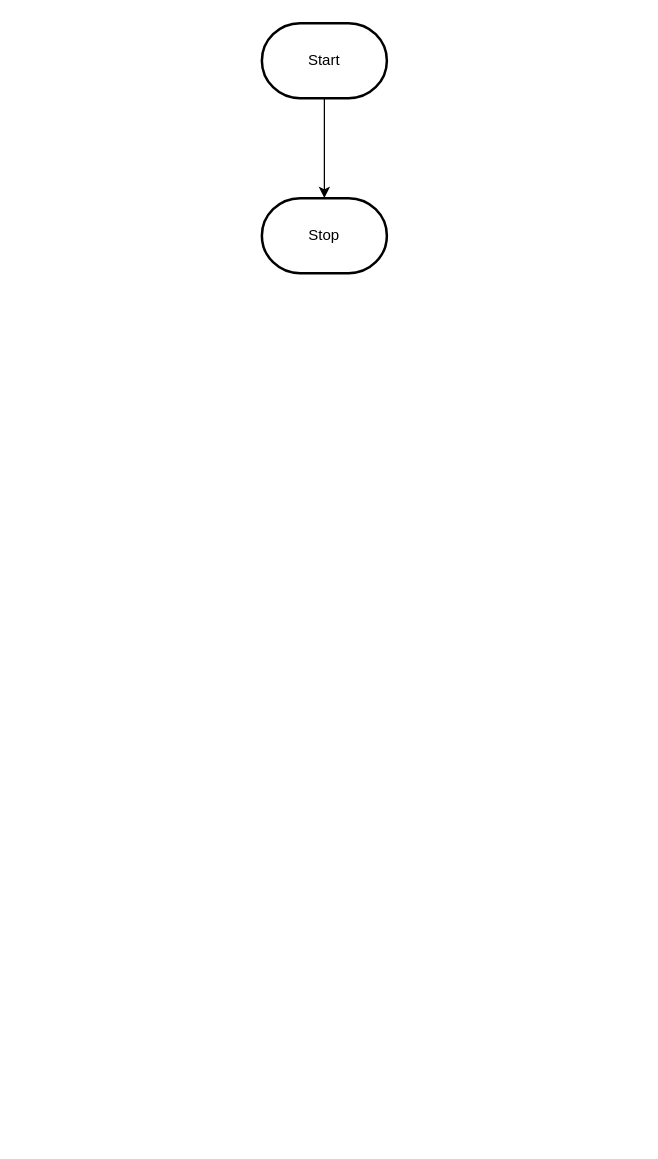
The draw.io diagram design/flowchart.drawio in MTHS-TEJ2O-1-2023/TEJ2O-Unit-2-10-Julianne-Leblanc-Peltier, before the edit. Source tidied: cells renumbered, new cells numbered last; positions are measured from the earlier drawing's top-left corner, leaving out a move shared by most shapes. Both pictures are drawn from the tidied source at 125%, with x=0, y=0 at pixel (261, 22).
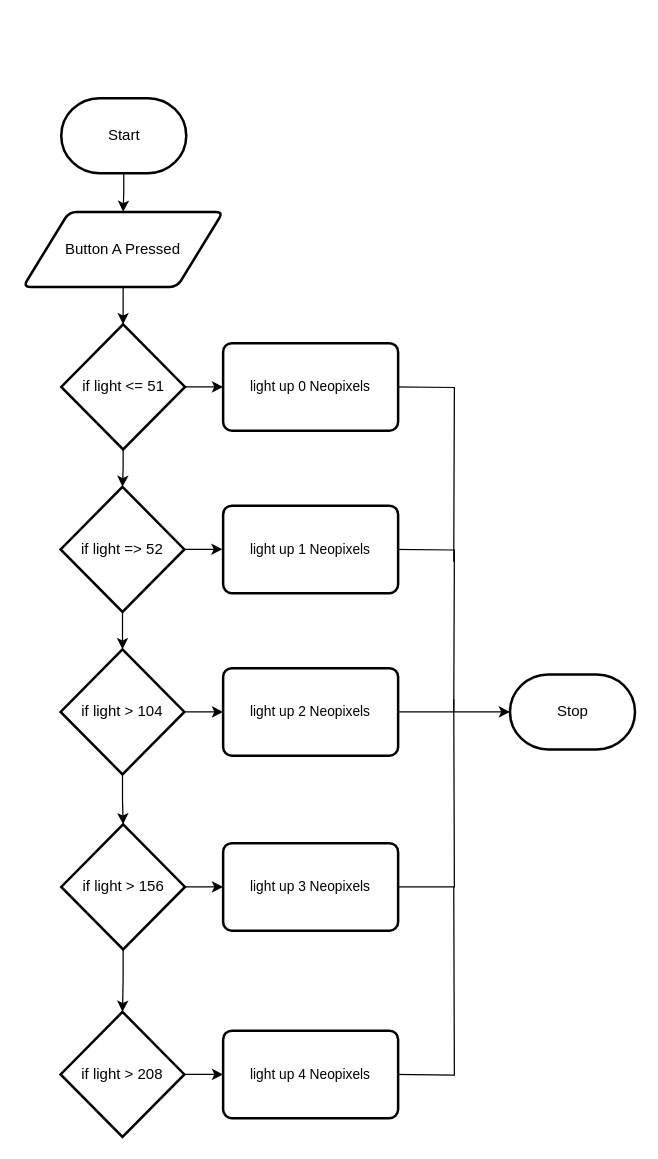
After the change.

Commit message (it also covers changes not shown here):
flowchart + diagram

The edit, as a diff of the source:
```diff
@@
-    <mxCell id="2" style="edgeStyle=orthogonalEdgeStyle;html=1;rounded=0;" parent="1" edge="1" source="3" target="4">
-      <mxGeometry relative="1" as="geometry" />
-    </mxCell>
+    <mxCell id="5" style="edgeStyle=orthogonalEdgeStyle;shape=connector;rounded=0;html=1;exitX=0.5;exitY=1;exitDx=0;exitDy=0;exitPerimeter=0;entryX=0.5;entryY=0;entryDx=0;entryDy=0;labelBackgroundColor=default;strokeColor=default;fontFamily=Helvetica;fontSize=11;fontColor=default;startArrow=none;endArrow=classic;endFill=1;" parent="1" edge="1" source="3" target="10">
+      <mxGeometry relative="1" as="geometry" />
+    </mxCell>
     <mxCell id="3" value="Start" style="strokeWidth=2;html=1;shape=mxgraph.flowchart.terminator;whiteSpace=wrap;" parent="1" vertex="1">
-      <mxGeometry width="100" height="60" as="geometry" />
+      <mxGeometry x="-160.5" y="60" width="100" height="60" as="geometry" />
     </mxCell>
+    <mxCell id="6" style="edgeStyle=orthogonalEdgeStyle;html=1;rounded=0;endArrow=classic;startArrow=none;endFill=1;" parent="1" edge="1" source="10" target="9">
+      <mxGeometry relative="1" as="geometry" />
+    </mxCell>
+    <mxCell id="7" style="edgeStyle=orthogonalEdgeStyle;shape=connector;rounded=0;html=1;exitX=0.5;exitY=1;exitDx=0;exitDy=0;exitPerimeter=0;entryX=0.5;entryY=0;entryDx=0;entryDy=0;entryPerimeter=0;labelBackgroundColor=default;strokeColor=default;fontFamily=Helvetica;fontSize=11;fontColor=default;startArrow=none;endArrow=classic;endFill=1;" parent="1" edge="1" source="9" target="13">
+      <mxGeometry relative="1" as="geometry" />
+    </mxCell>
+    <mxCell id="8" style="edgeStyle=orthogonalEdgeStyle;shape=connector;rounded=0;html=1;exitX=1;exitY=0.5;exitDx=0;exitDy=0;exitPerimeter=0;entryX=0;entryY=0.5;entryDx=0;entryDy=0;labelBackgroundColor=default;strokeColor=default;fontFamily=Helvetica;fontSize=11;fontColor=default;startArrow=none;endArrow=classic;endFill=1;" parent="1" edge="1" source="9" target="21">
+      <mxGeometry relative="1" as="geometry" />
+    </mxCell>
+    <mxCell id="9" value="if light &amp;lt;= 51" style="strokeWidth=2;html=1;shape=mxgraph.flowchart.decision;whiteSpace=wrap;" parent="1" vertex="1">
+      <mxGeometry x="-160.5" y="241" width="99" height="100" as="geometry" />
+    </mxCell>
+    <mxCell id="10" value="Button A Pressed" style="shape=parallelogram;html=1;strokeWidth=2;perimeter=parallelogramPerimeter;whiteSpace=wrap;rounded=1;arcSize=12;size=0.23;" parent="1" vertex="1">
+      <mxGeometry x="-191" y="151" width="160" height="60" as="geometry" />
+    </mxCell>
+    <mxCell id="11" style="edgeStyle=orthogonalEdgeStyle;shape=connector;rounded=0;html=1;exitX=0.5;exitY=1;exitDx=0;exitDy=0;exitPerimeter=0;labelBackgroundColor=default;strokeColor=default;fontFamily=Helvetica;fontSize=11;fontColor=default;startArrow=none;endArrow=classic;endFill=1;" parent="1" edge="1" source="13" target="15">
+      <mxGeometry relative="1" as="geometry" />
+    </mxCell>
+    <mxCell id="12" style="edgeStyle=orthogonalEdgeStyle;shape=connector;rounded=0;html=1;exitX=1;exitY=0.5;exitDx=0;exitDy=0;exitPerimeter=0;labelBackgroundColor=default;strokeColor=default;fontFamily=Helvetica;fontSize=11;fontColor=default;startArrow=none;endArrow=classic;endFill=1;" parent="1" edge="1" source="13">
+      <mxGeometry relative="1" as="geometry">
+        <mxPoint x="-31.5" y="420.9" as="targetPoint" />
+      </mxGeometry>
+    </mxCell>
+    <mxCell id="13" value="if light =&amp;gt; 52" style="strokeWidth=2;html=1;shape=mxgraph.flowchart.decision;whiteSpace=wrap;" parent="1" vertex="1">
+      <mxGeometry x="-161" y="371" width="99" height="100" as="geometry" />
+    </mxCell>
+    <mxCell id="14" style="edgeStyle=orthogonalEdgeStyle;shape=connector;rounded=0;html=1;exitX=1;exitY=0.5;exitDx=0;exitDy=0;exitPerimeter=0;entryX=0;entryY=0.5;entryDx=0;entryDy=0;labelBackgroundColor=default;strokeColor=default;fontFamily=Helvetica;fontSize=11;fontColor=default;startArrow=none;endArrow=classic;endFill=1;" parent="1" edge="1" source="15" target="25">
+      <mxGeometry relative="1" as="geometry" />
+    </mxCell>
+    <mxCell id="15" value="if light &amp;gt; 104" style="strokeWidth=2;html=1;shape=mxgraph.flowchart.decision;whiteSpace=wrap;" parent="1" vertex="1">
+      <mxGeometry x="-161" y="501" width="99" height="100" as="geometry" />
+    </mxCell>
+    <mxCell id="16" style="edgeStyle=orthogonalEdgeStyle;html=1;rounded=0;startArrow=none;endArrow=classic;endFill=1;" parent="1" edge="1" source="15" target="19">
+      <mxGeometry relative="1" as="geometry" />
+    </mxCell>
+    <mxCell id="17" style="edgeStyle=orthogonalEdgeStyle;shape=connector;rounded=0;html=1;exitX=0.5;exitY=1;exitDx=0;exitDy=0;exitPerimeter=0;entryX=0.5;entryY=0;entryDx=0;entryDy=0;entryPerimeter=0;labelBackgroundColor=default;strokeColor=default;fontFamily=Helvetica;fontSize=11;fontColor=default;startArrow=none;endArrow=classic;endFill=1;" parent="1" edge="1" source="19" target="29">
+      <mxGeometry relative="1" as="geometry" />
+    </mxCell>
+    <mxCell id="18" style="edgeStyle=orthogonalEdgeStyle;shape=connector;rounded=0;html=1;exitX=1;exitY=0.5;exitDx=0;exitDy=0;exitPerimeter=0;entryX=0;entryY=0.5;entryDx=0;entryDy=0;labelBackgroundColor=default;strokeColor=default;fontFamily=Helvetica;fontSize=11;fontColor=default;startArrow=none;endArrow=classic;endFill=1;" parent="1" edge="1" source="19" target="27">
+      <mxGeometry relative="1" as="geometry" />
+    </mxCell>
+    <mxCell id="19" value="if light &amp;gt; 156" style="strokeWidth=2;html=1;shape=mxgraph.flowchart.decision;whiteSpace=wrap;" parent="1" vertex="1">
+      <mxGeometry x="-160.5" y="641" width="99" height="100" as="geometry" />
+    </mxCell>
+    <mxCell id="20" style="edgeStyle=orthogonalEdgeStyle;shape=connector;rounded=0;html=1;exitX=1;exitY=0.5;exitDx=0;exitDy=0;labelBackgroundColor=default;strokeColor=default;fontFamily=Helvetica;fontSize=11;fontColor=default;startArrow=none;endArrow=none;endFill=0;" parent="1" edge="1">
+      <mxGeometry relative="1" as="geometry">
+        <mxPoint x="104" y="291" as="sourcePoint" />
+        <mxPoint x="153.5" y="431" as="targetPoint" />
+      </mxGeometry>
+    </mxCell>
+    <mxCell id="21" value="light up 0 Neopixels" style="rounded=1;whiteSpace=wrap;html=1;absoluteArcSize=1;arcSize=14;strokeWidth=2;fontFamily=Helvetica;fontSize=11;fontColor=default;" parent="1" vertex="1">
+      <mxGeometry x="-31" y="256" width="140" height="70" as="geometry" />
+    </mxCell>
+    <mxCell id="22" style="edgeStyle=orthogonalEdgeStyle;shape=connector;rounded=0;html=1;exitX=1;exitY=0.5;exitDx=0;exitDy=0;labelBackgroundColor=default;strokeColor=default;fontFamily=Helvetica;fontSize=11;fontColor=default;startArrow=none;endArrow=none;endFill=0;" parent="1" edge="1">
+      <mxGeometry relative="1" as="geometry">
+        <mxPoint x="104" y="421" as="sourcePoint" />
+        <mxPoint x="153.5" y="551" as="targetPoint" />
+      </mxGeometry>
+    </mxCell>
+    <mxCell id="23" value="light up 1 Neopixels" style="rounded=1;whiteSpace=wrap;html=1;absoluteArcSize=1;arcSize=14;strokeWidth=2;fontFamily=Helvetica;fontSize=11;fontColor=default;" parent="1" vertex="1">
+      <mxGeometry x="-31" y="386" width="140" height="70" as="geometry" />
+    </mxCell>
+    <mxCell id="24" style="edgeStyle=orthogonalEdgeStyle;shape=connector;rounded=0;html=1;exitX=1;exitY=0.5;exitDx=0;exitDy=0;labelBackgroundColor=default;strokeColor=default;fontFamily=Helvetica;fontSize=11;fontColor=default;startArrow=none;endArrow=classic;endFill=1;entryX=0;entryY=0.5;entryDx=0;entryDy=0;entryPerimeter=0;" parent="1" edge="1" source="25" target="4">
+      <mxGeometry relative="1" as="geometry" />
+    </mxCell>
+    <mxCell id="25" value="light up 2 Neopixels" style="rounded=1;whiteSpace=wrap;html=1;absoluteArcSize=1;arcSize=14;strokeWidth=2;fontFamily=Helvetica;fontSize=11;fontColor=default;" parent="1" vertex="1">
+      <mxGeometry x="-31" y="516" width="140" height="70" as="geometry" />
+    </mxCell>
+    <mxCell id="26" style="edgeStyle=orthogonalEdgeStyle;shape=connector;rounded=0;html=1;exitX=1;exitY=0.5;exitDx=0;exitDy=0;labelBackgroundColor=default;strokeColor=default;fontFamily=Helvetica;fontSize=11;fontColor=default;startArrow=none;endArrow=none;endFill=0;" parent="1" edge="1" source="27">
+      <mxGeometry relative="1" as="geometry">
+        <mxPoint x="153.5" y="541" as="targetPoint" />
+      </mxGeometry>
+    </mxCell>
+    <mxCell id="27" value="light up 3 Neopixels" style="rounded=1;whiteSpace=wrap;html=1;absoluteArcSize=1;arcSize=14;strokeWidth=2;fontFamily=Helvetica;fontSize=11;fontColor=default;" parent="1" vertex="1">
+      <mxGeometry x="-31" y="656" width="140" height="70" as="geometry" />
+    </mxCell>
+    <mxCell id="28" style="edgeStyle=orthogonalEdgeStyle;shape=connector;rounded=0;html=1;exitX=1;exitY=0.5;exitDx=0;exitDy=0;exitPerimeter=0;entryX=0;entryY=0.5;entryDx=0;entryDy=0;labelBackgroundColor=default;strokeColor=default;fontFamily=Helvetica;fontSize=11;fontColor=default;startArrow=none;endArrow=classic;endFill=1;" parent="1" edge="1" source="29" target="31">
+      <mxGeometry relative="1" as="geometry" />
+    </mxCell>
+    <mxCell id="29" value="if light &amp;gt; 208" style="strokeWidth=2;html=1;shape=mxgraph.flowchart.decision;whiteSpace=wrap;" parent="1" vertex="1">
+      <mxGeometry x="-161" y="791" width="99" height="100" as="geometry" />
+    </mxCell>
+    <mxCell id="30" style="edgeStyle=orthogonalEdgeStyle;shape=connector;rounded=0;html=1;exitX=1;exitY=0.5;exitDx=0;exitDy=0;labelBackgroundColor=default;strokeColor=default;fontFamily=Helvetica;fontSize=11;fontColor=default;startArrow=none;endArrow=none;endFill=0;" parent="1" edge="1">
+      <mxGeometry relative="1" as="geometry">
+        <mxPoint x="104" y="841" as="sourcePoint" />
+        <mxPoint x="153.5" y="691" as="targetPoint" />
+      </mxGeometry>
+    </mxCell>
+    <mxCell id="31" value="light up 4 Neopixels" style="rounded=1;whiteSpace=wrap;html=1;absoluteArcSize=1;arcSize=14;strokeWidth=2;fontFamily=Helvetica;fontSize=11;fontColor=default;" parent="1" vertex="1">
+      <mxGeometry x="-31" y="806" width="140" height="70" as="geometry" />
+    </mxCell>
     <mxCell id="4" value="Stop" style="strokeWidth=2;html=1;shape=mxgraph.flowchart.terminator;whiteSpace=wrap;" parent="1" vertex="1">
-      <mxGeometry y="140" width="100" height="60" as="geometry" />
+      <mxGeometry x="198.5" y="521" width="100" height="60" as="geometry" />
     </mxCell>
```
